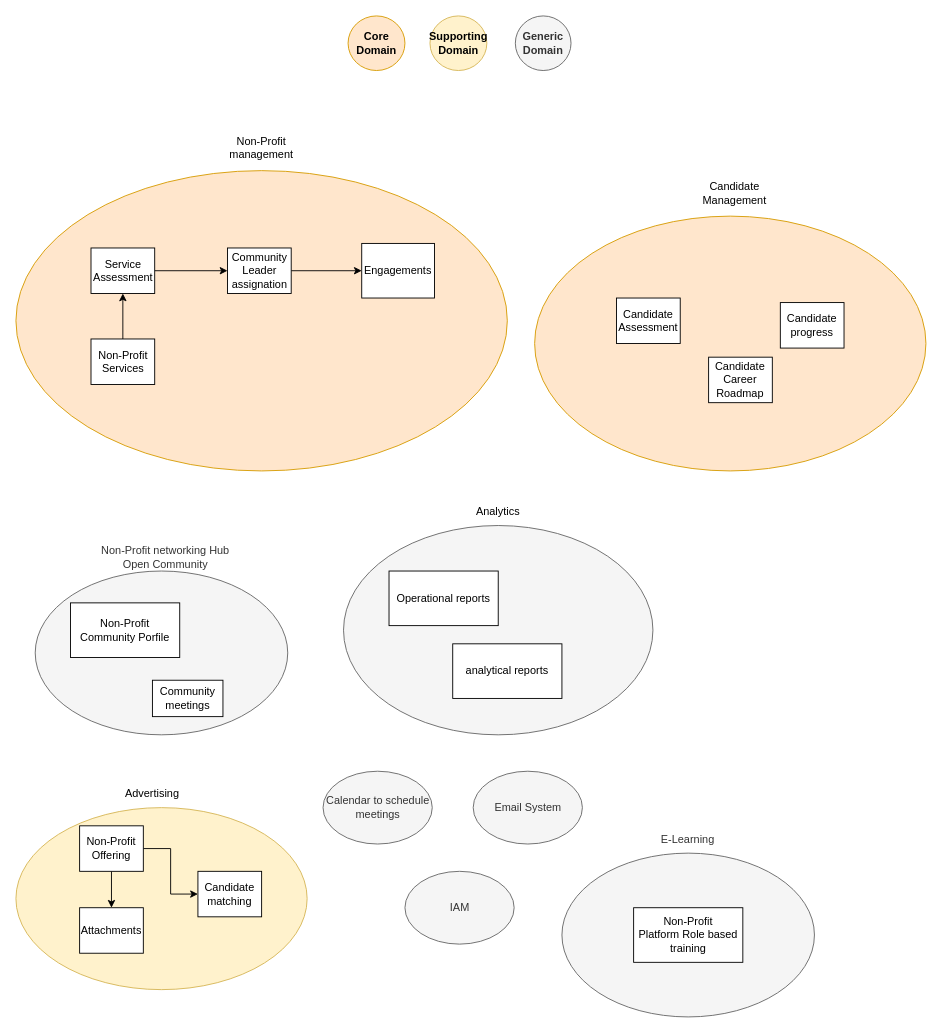
This is diagrams/ContextMap.drawio from Katalyst-2022/katas-2022, a draw.io file, before an edit. Source tidied: cells renumbered, new cells numbered last; positions are measured from the earlier drawing's top-left corner, leaving out a move shared by most shapes. Both pictures are drawn from the tidied source at 91%, with x=0, y=0 at pixel (15, 15).
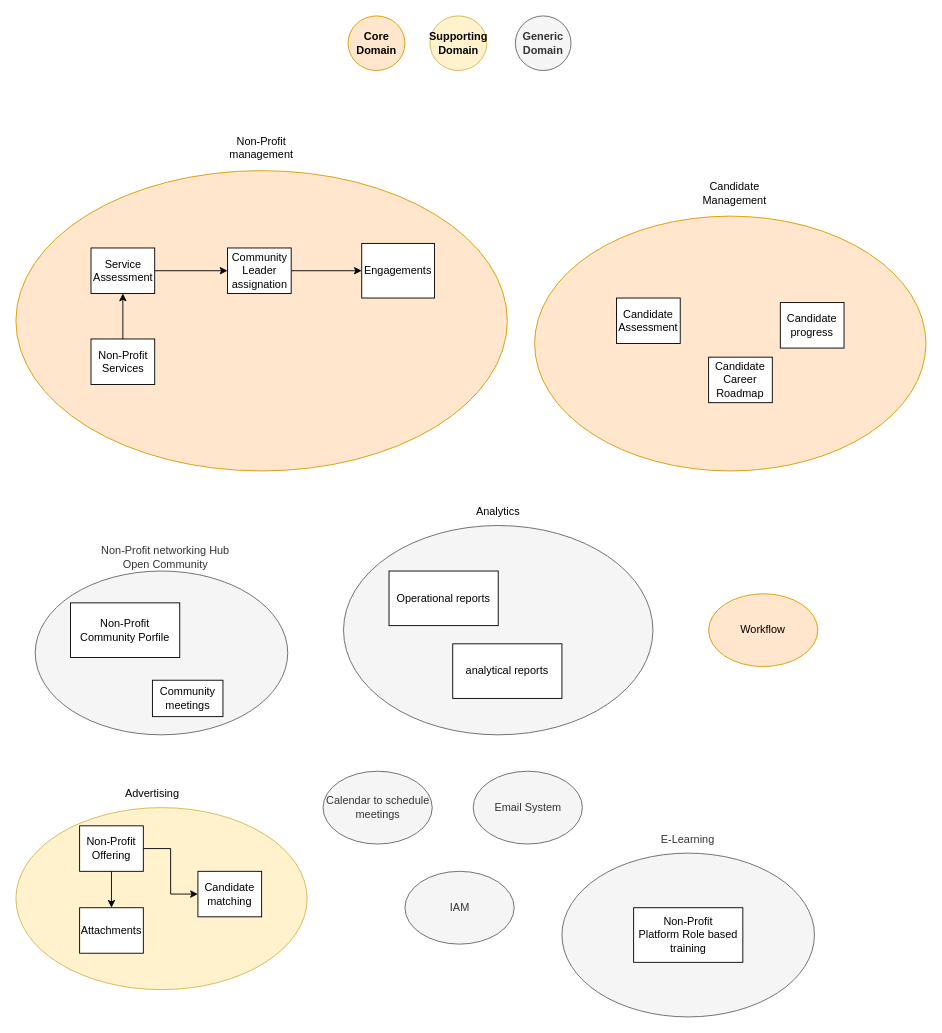
The same diagram, later.

Commit message:
Include workflow

The edit, as a diff of the source:
```diff
@@
+    <mxCell id="41" value="&lt;font color=&quot;#000000&quot;&gt;Workflow&lt;/font&gt;" style="ellipse;whiteSpace=wrap;html=1;fillColor=#ffe6cc;strokeColor=#d79b00;" parent="1" vertex="1">
+      <mxGeometry x="761.2" y="635" width="120" height="80" as="geometry" />
+    </mxCell>
```
